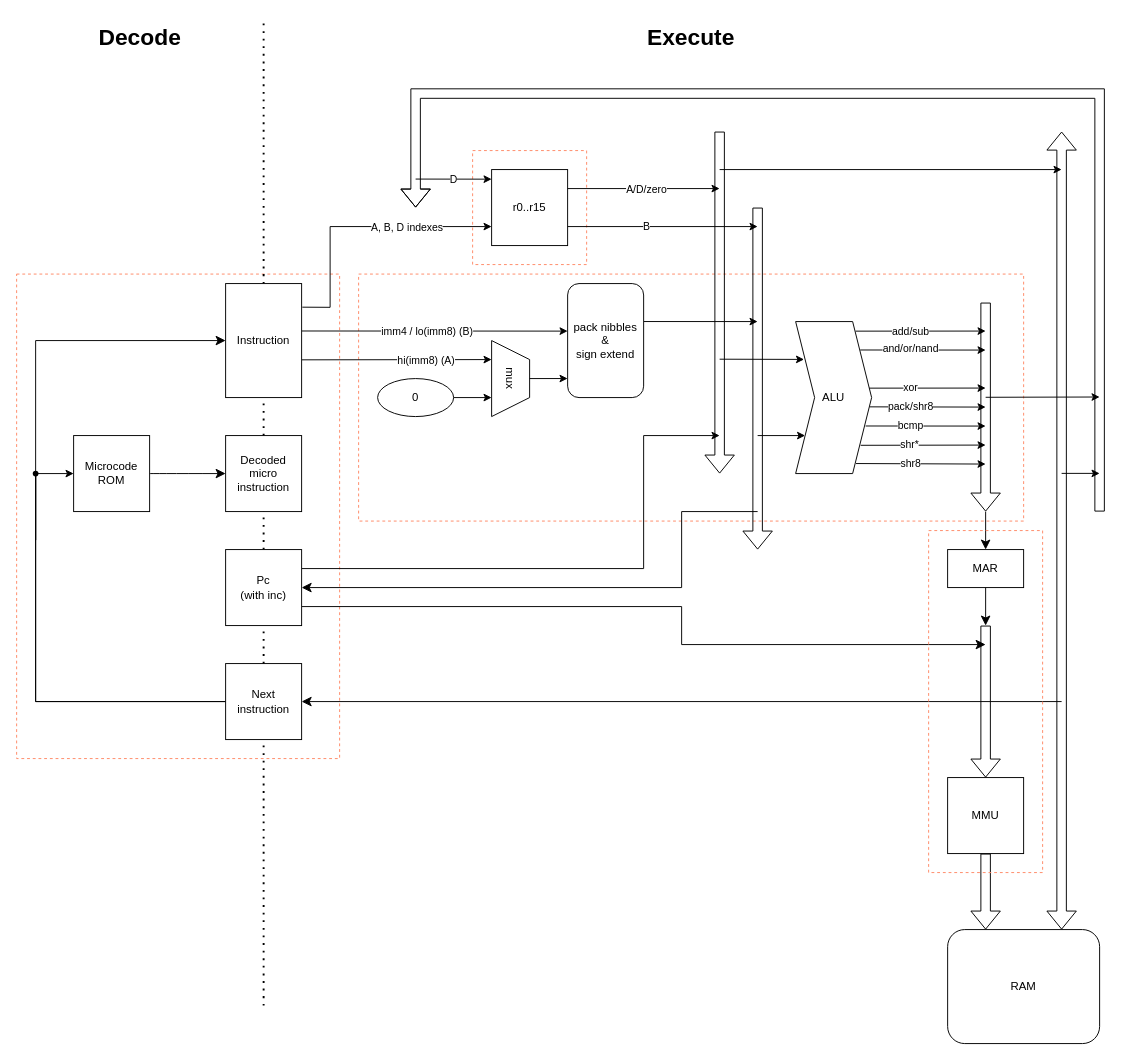
This is block diagram.drawio from bluecube/pickle_risc, a draw.io file, before an edit. Source tidied: cells renumbered, new cells numbered last; positions are measured from the earlier drawing's top-left corner, leaving out a move shared by most shapes. Both pictures are drawn from the tidied source at 95%, with x=0, y=0 at pixel (16, 17).
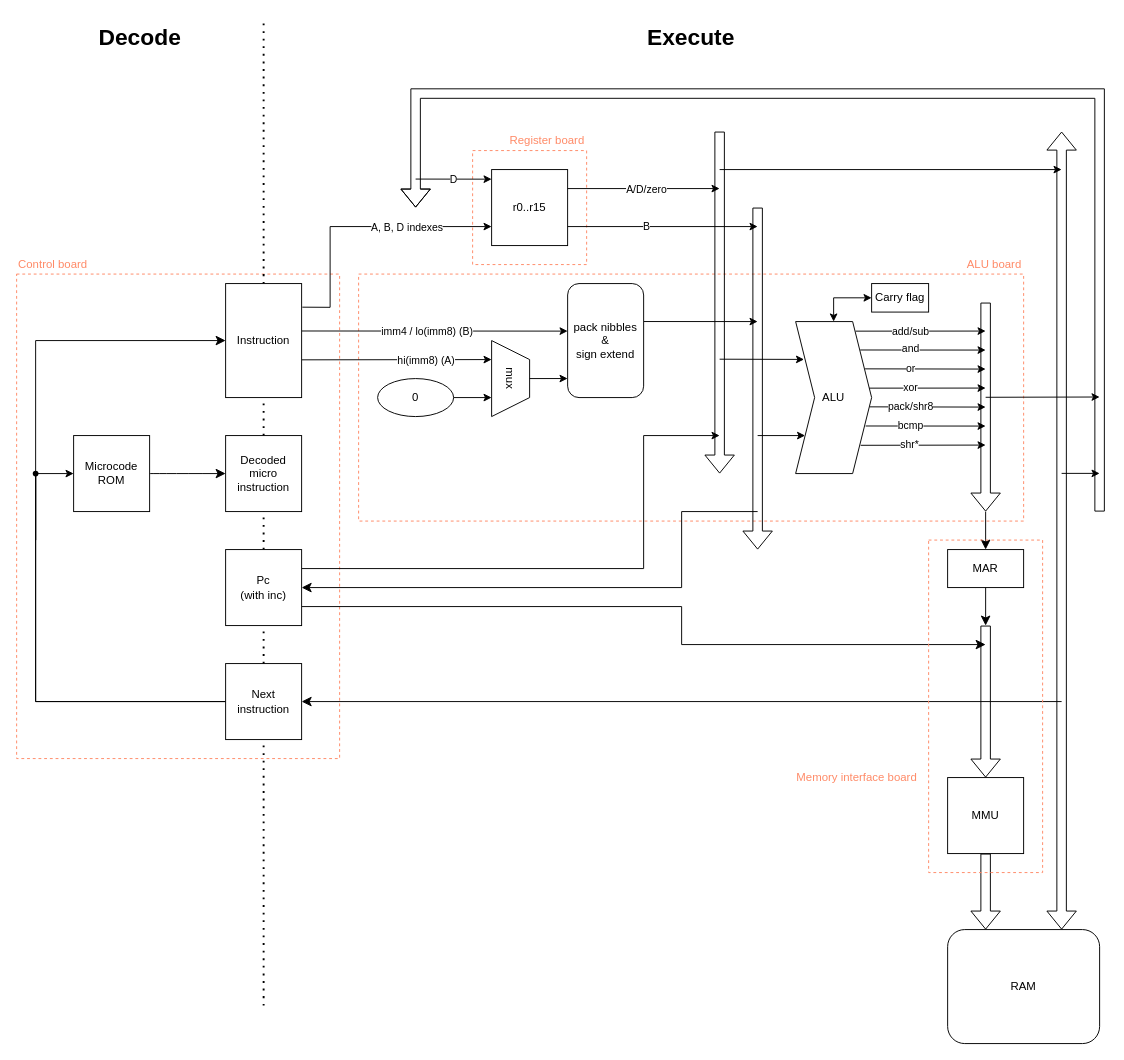
Above is the later version.

Commit message:
More tweaking of block diagram

Unchanged cells that the change refers to:
```xml
<mxCell id="6" value="&lt;div&gt;ALU&lt;/div&gt;" style="shape=step;perimeter=stepPerimeter;whiteSpace=wrap;html=1;fixedSize=1;rotation=0;" parent="1" vertex="1">
  <mxGeometry x="820" y="320" width="80" height="160" as="geometry" />
</mxCell>
<mxCell id="26" style="endArrow=classic;html=1;rounded=0;exitX=0.85;exitY=0.187;exitDx=0;exitDy=0;exitPerimeter=0;" parent="1" edge="1" source="6">
  <mxGeometry relative="1" as="geometry">
    <mxPoint x="1020" y="350" as="targetPoint" />
  </mxGeometry>
</mxCell>
```

What changed in the source:
```diff
@@
-    <mxCell id="27" value="and/or/nand" style="edgeLabel;html=1;align=center;verticalAlign=middle;" parent="26" vertex="1">
+    <mxCell id="27" value="and" style="edgeLabel;html=1;align=center;verticalAlign=middle;" parent="26" vertex="1">
       <mxGeometry x="0.07" y="1" relative="1" as="geometry">
         <mxPoint x="-19" as="offset" />
       </mxGeometry>
     </mxCell>
@@
-    <mxCell id="36" style="endArrow=classic;html=1;rounded=0;exitX=0.795;exitY=0.934;exitDx=0;exitDy=0;exitPerimeter=0;" parent="1" edge="1" source="6">
-      <mxGeometry relative="1" as="geometry">
-        <mxPoint x="1020" y="470" as="targetPoint" />
-      </mxGeometry>
-    </mxCell>
-    <mxCell id="37" value="shr8" style="edgeLabel;html=1;align=center;verticalAlign=middle;" parent="36" vertex="1">
-      <mxGeometry x="0.07" y="1" relative="1" as="geometry">
-        <mxPoint x="-16" y="1" as="offset" />
-      </mxGeometry>
-    </mxCell>
@@
     <mxCell id="76" style="rounded=0;whiteSpace=wrap;html=1;fillColor=none;dashed=1;strokeColor=#FF8A67;" parent="1" vertex="1">
-      <mxGeometry x="960" y="540" width="120" height="360" as="geometry" />
+      <mxGeometry x="960" y="550" width="120" height="350" as="geometry" />
     </mxCell>
+    <mxCell id="77" style="edgeStyle=orthogonalEdgeStyle;rounded=0;jettySize=auto;html=1;exitX=0;exitY=0.5;exitDx=0;exitDy=0;entryX=0.5;entryY=0;entryDx=0;entryDy=0;startArrow=classic;startFill=1;" parent="1" edge="1" source="78" target="6">
+      <mxGeometry relative="1" as="geometry" />
+    </mxCell>
+    <mxCell id="78" value="Carry flag" style="rounded=0;whiteSpace=wrap;html=1;" parent="1" vertex="1">
+      <mxGeometry x="900" y="280" width="60" height="30" as="geometry" />
+    </mxCell>
+    <mxCell id="79" style="endArrow=classic;html=1;rounded=0;exitX=0.914;exitY=0.311;exitDx=0;exitDy=0;exitPerimeter=0;" parent="1" edge="1" source="6">
+      <mxGeometry relative="1" as="geometry">
+        <mxPoint x="1020" y="370" as="targetPoint" />
+      </mxGeometry>
+    </mxCell>
+    <mxCell id="80" value="or" style="edgeLabel;html=1;align=center;verticalAlign=middle;" parent="79" vertex="1">
+      <mxGeometry x="0.07" y="1" relative="1" as="geometry">
+        <mxPoint x="-21" y="1" as="offset" />
+      </mxGeometry>
+    </mxCell>
+    <mxCell id="81" value="ALU board" style="text;html=1;align=right;verticalAlign=middle;whiteSpace=wrap;rounded=0;fontColor=#FF8A67;" parent="1" vertex="1">
+      <mxGeometry x="1000" y="250" width="60" height="20" as="geometry" />
+    </mxCell>
+    <mxCell id="82" value="Register board" style="text;html=1;align=right;verticalAlign=middle;whiteSpace=wrap;rounded=0;fontColor=#FF8A67;" parent="1" vertex="1">
+      <mxGeometry x="510" y="120" width="90" height="20" as="geometry" />
+    </mxCell>
+    <mxCell id="83" value="Control board" style="text;html=1;align=left;verticalAlign=middle;whiteSpace=wrap;rounded=0;fontColor=#FF8A67;" parent="1" vertex="1">
+      <mxGeometry y="250" width="90" height="20" as="geometry" />
+    </mxCell>
+    <mxCell id="84" value="Memory interface board" style="text;html=1;align=right;verticalAlign=middle;whiteSpace=wrap;rounded=0;fontColor=#FF8A67;" parent="1" vertex="1">
+      <mxGeometry x="820" y="790" width="130" height="20" as="geometry" />
+    </mxCell>
```
